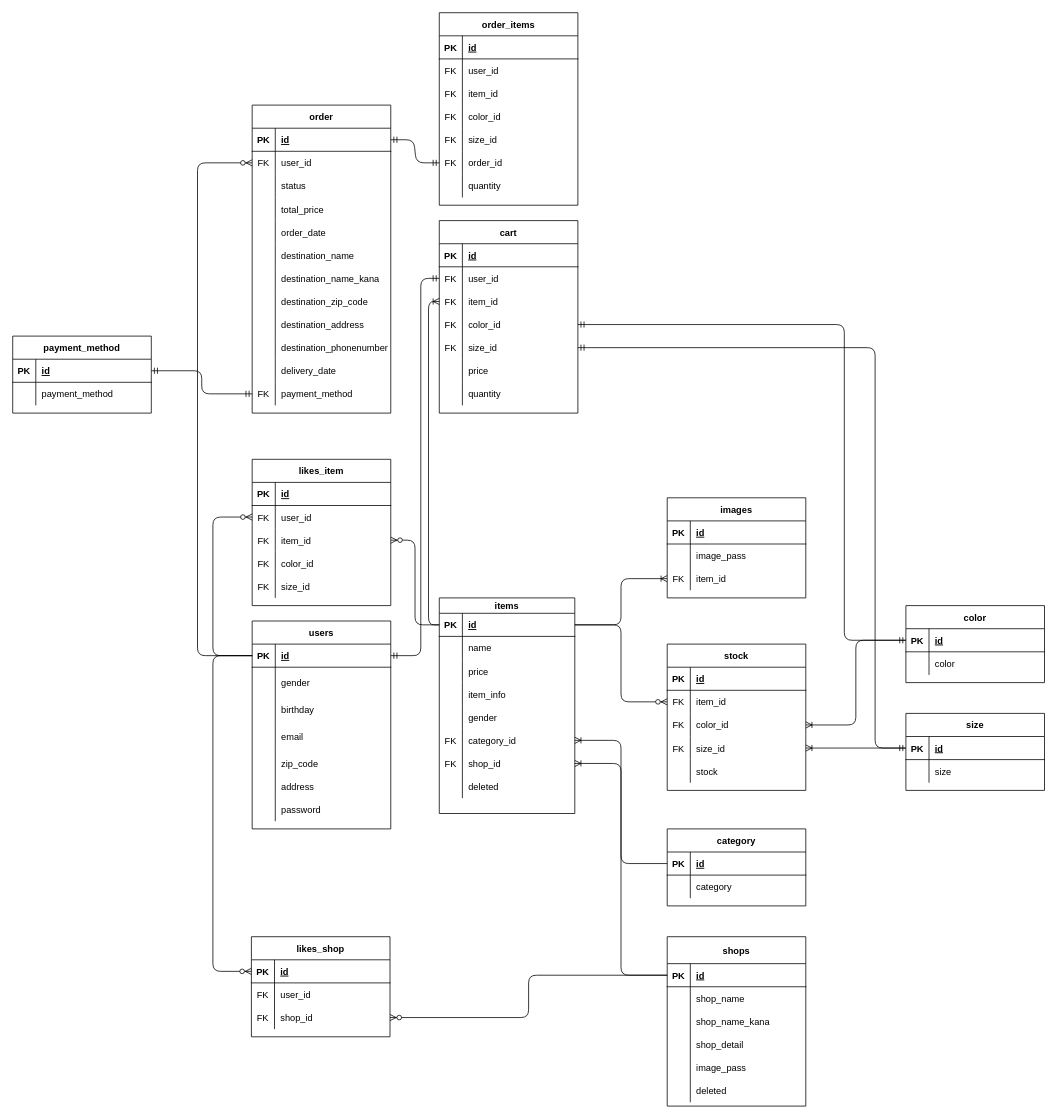
Before: design/newmozo.drawio in daimatsunaga/mozotown, a draw.io diagram. Source tidied: cells renumbered, new cells numbered last; positions are measured from the earlier drawing's top-left corner, leaving out a move shared by most shapes. Both pictures are drawn from the tidied source at 77%, with x=0, y=0 at pixel (12, 12).
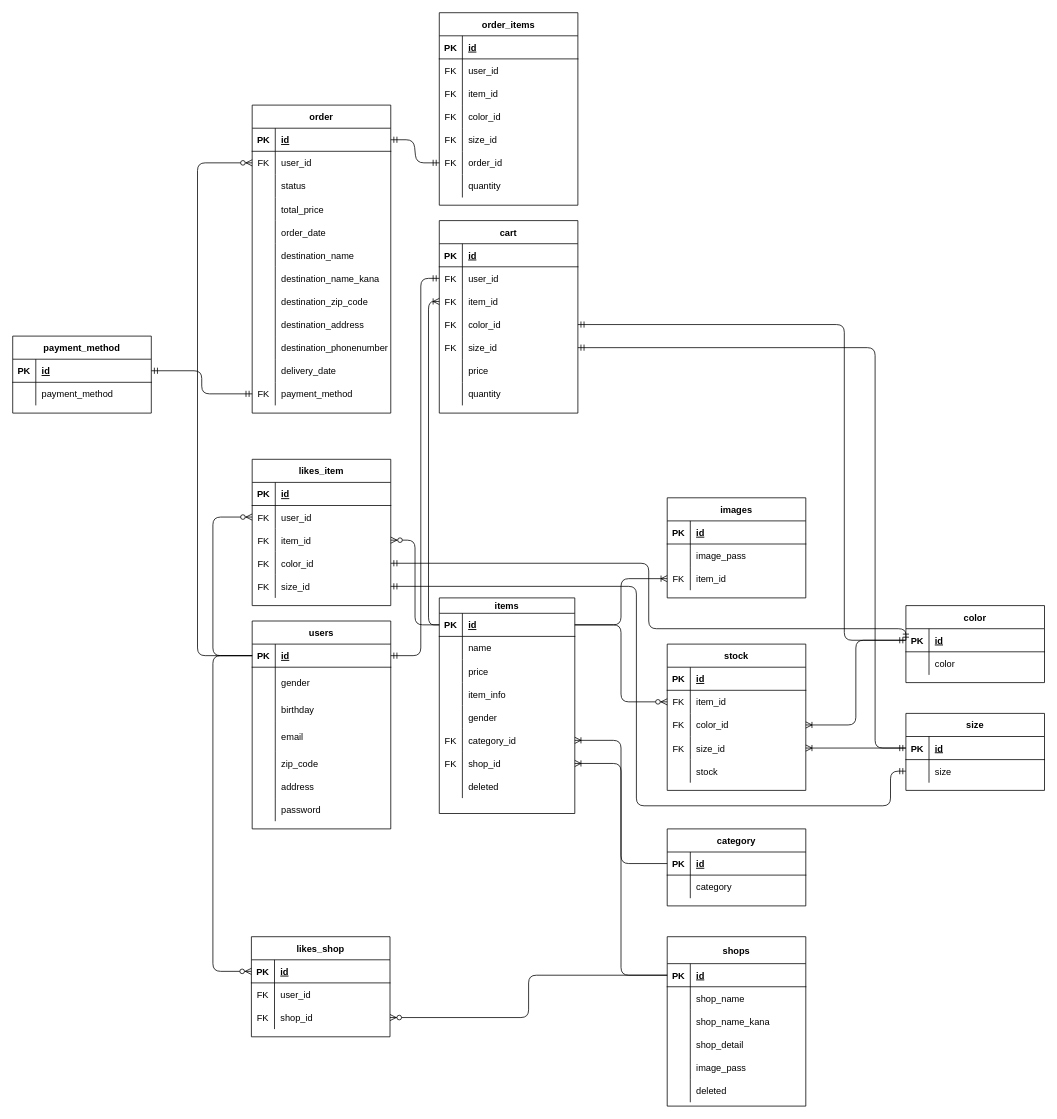
After the change.

Unchanged cells that the change refers to:
```xml
<mxCell id="96" style="shape=partialRectangle;fillColor=none;top=0;left=0;bottom=0;right=0;points=[[0,0.5],[1,0.5]];portConstraint=eastwest;" parent="86" vertex="1">
  <mxGeometry y="120" width="180" height="30" as="geometry" />
</mxCell>
<mxCell id="99" style="shape=partialRectangle;fillColor=none;top=0;left=0;bottom=0;right=0;points=[[0,0.5],[1,0.5]];portConstraint=eastwest;" parent="86" vertex="1">
  <mxGeometry y="150" width="180" height="30" as="geometry" />
</mxCell>
<mxCell id="108" style="shape=partialRectangle;fillColor=none;top=0;left=0;bottom=1;right=0;points=[[0,0.5],[1,0.5]];portConstraint=eastwest;" parent="107" vertex="1">
  <mxGeometry y="30" width="180" height="30" as="geometry" />
</mxCell>
<mxCell id="118" style="shape=partialRectangle;fillColor=none;top=0;left=0;bottom=0;right=0;points=[[0,0.5],[1,0.5]];portConstraint=eastwest;" parent="114" vertex="1">
  <mxGeometry y="60" width="180" height="30" as="geometry" />
</mxCell>
```

What changed in the source:
```diff
@@
+    <mxCell id="246" style="edgeStyle=orthogonalEdgeStyle;fontSize=12;html=1;endArrow=ERmandOne;startArrow=ERmandOne;exitX=1;exitY=0.5;exitDx=0;exitDy=0;entryX=0;entryY=0.5;entryDx=0;entryDy=0;" parent="1" edge="1" source="96" target="108">
+      <mxGeometry relative="1" as="geometry">
+        <Array as="points">
+          <mxPoint x="826" y="715" />
+          <mxPoint x="826" y="800" />
+          <mxPoint x="1160" y="800" />
+        </Array>
+      </mxGeometry>
+    </mxCell>
+    <mxCell id="247" style="edgeStyle=orthogonalEdgeStyle;fontSize=12;html=1;endArrow=ERmandOne;startArrow=ERmandOne;exitX=1;exitY=0.5;exitDx=0;exitDy=0;entryX=0;entryY=0.5;entryDx=0;entryDy=0;" parent="1" edge="1" source="99" target="118">
+      <mxGeometry relative="1" as="geometry">
+        <Array as="points">
+          <mxPoint x="810" y="745" />
+          <mxPoint x="810" y="1030" />
+          <mxPoint x="1140" y="1030" />
+          <mxPoint x="1140" y="985" />
+        </Array>
+      </mxGeometry>
+    </mxCell>
```
